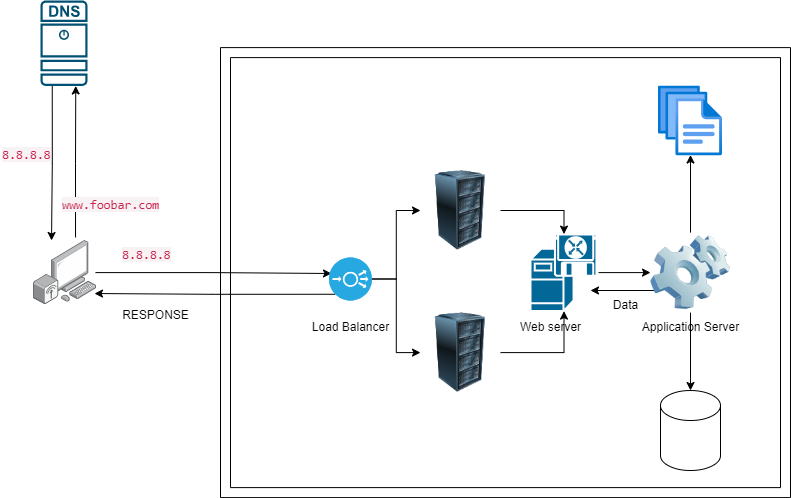
Earlier version of the draw.io export 0x09-web_infrastructure_design/1-distributed_web_infrastructure.png (kareemshaaban221/alx-system_engineering-devops). Source tidied: cells renumbered, new cells last; positions are measured from the earlier drawing's top-left corner, leaving out a move shared by most shapes.
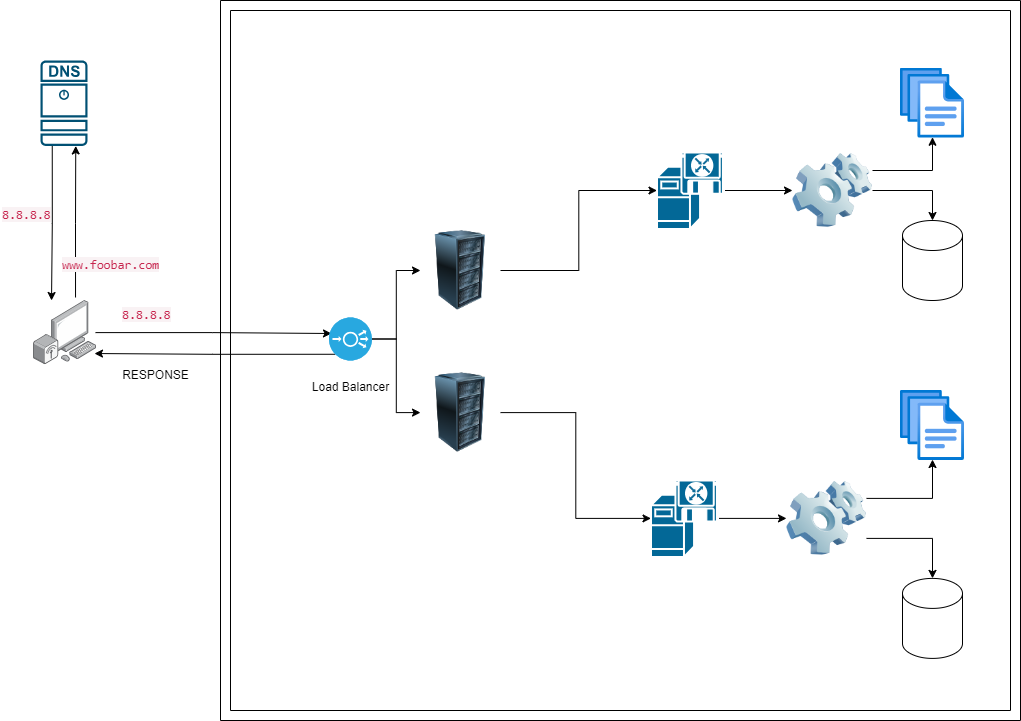
Later version of the same file.

What changed in the source:
```diff
@@ -3,7 +3,7 @@
     <mxCell id="0" />
     <mxCell id="1" parent="0" />
     <mxCell id="2" style="verticalLabelPosition=bottom;verticalAlign=top;html=1;shape=mxgraph.basic.frame;dx=10;whiteSpace=wrap;" parent="1" vertex="1">
-      <mxGeometry x="220" y="47.1" width="570" height="450" as="geometry" />
+      <mxGeometry x="220" y="-60" width="800" height="720" as="geometry" />
     </mxCell>
     <mxCell id="3" style="edgeStyle=orthogonalEdgeStyle;rounded=0;jettySize=auto;html=1;entryX=0.058;entryY=0.372;entryDx=0;entryDy=0;entryPerimeter=0;" parent="1" edge="1" source="4" target="28">
       <mxGeometry relative="1" as="geometry" />
@@ -26,12 +26,6 @@
     <mxCell id="9" value="&lt;span style=&quot;color: rgb(199, 37, 78); font-family: Menlo, Monaco, Consolas, &amp;quot;Courier New&amp;quot;, monospace; font-size: 12.6px; font-style: normal; font-variant-ligatures: normal; font-variant-caps: normal; font-weight: 400; letter-spacing: normal; orphans: 2; text-align: left; text-indent: 0px; text-transform: none; widows: 2; word-spacing: 0px; -webkit-text-stroke-width: 0px; background-color: rgb(249, 242, 244); text-decoration-thickness: initial; text-decoration-style: initial; text-decoration-color: initial; float: none; display: inline !important;&quot;&gt;8.8.8.8&lt;/span&gt;" style="text;whiteSpace=wrap;html=1;" parent="1" vertex="1">
       <mxGeometry y="140" width="60" height="40" as="geometry" />
     </mxCell>
-    <mxCell id="10" value="Application Server" style="text;html=1;align=center;verticalAlign=middle;strokeColor=none;fillColor=none;" parent="1" vertex="1">
-      <mxGeometry x="630" y="312.1" width="120" height="30" as="geometry" />
-    </mxCell>
-    <mxCell id="11" value="Web server" style="text;html=1;align=center;verticalAlign=middle;strokeColor=none;fillColor=none;" parent="1" vertex="1">
-      <mxGeometry x="510" y="312.1" width="80" height="30" as="geometry" />
-    </mxCell>
     <mxCell id="12" value="Load Balancer" style="text;html=1;align=center;verticalAlign=middle;strokeColor=none;fillColor=none;" parent="1" vertex="1">
       <mxGeometry x="300" y="312.1" width="100" height="30" as="geometry" />
     </mxCell>
@@ -39,24 +33,18 @@
       <mxGeometry relative="1" as="geometry" />
     </mxCell>
     <mxCell id="14" style="shape=mxgraph.cisco.servers.software_based_server;html=1;dashed=0;fillColor=#036897;strokeColor=#ffffff;strokeWidth=2;verticalLabelPosition=bottom;verticalAlign=top;align=center;outlineConnect=0;" parent="1" vertex="1">
-      <mxGeometry x="530" y="233.6" width="67" height="77" as="geometry" />
+      <mxGeometry x="656.5" y="91.5" width="67" height="77" as="geometry" />
     </mxCell>
-    <mxCell id="15" style="edgeStyle=orthogonalEdgeStyle;rounded=0;orthogonalLoop=1;jettySize=auto;html=1;" parent="1" edge="1">
-      <mxGeometry relative="1" as="geometry">
-        <mxPoint x="660" y="290" as="sourcePoint" />
-        <mxPoint x="590" y="290" as="targetPoint" />
-      </mxGeometry>
-    </mxCell>
     <mxCell id="16" style="image;html=1;image=img/lib/clip_art/computers/Software_128x128.png;" parent="1" vertex="1">
-      <mxGeometry x="650" y="232.1" width="80" height="80" as="geometry" />
+      <mxGeometry x="792" y="90" width="80" height="80" as="geometry" />
     </mxCell>
     <mxCell id="17" value="&lt;span style=&quot;color: rgb(199, 37, 78); font-family: Menlo, Monaco, Consolas, &amp;quot;Courier New&amp;quot;, monospace; font-size: 12.6px; font-style: normal; font-variant-ligatures: normal; font-variant-caps: normal; font-weight: 400; letter-spacing: normal; orphans: 2; text-align: left; text-indent: 0px; text-transform: none; widows: 2; word-spacing: 0px; -webkit-text-stroke-width: 0px; background-color: rgb(249, 242, 244); text-decoration-thickness: initial; text-decoration-style: initial; text-decoration-color: initial; float: none; display: inline !important;&quot;&gt;8.8.8.8&lt;/span&gt;" style="text;whiteSpace=wrap;html=1;" parent="1" vertex="1">
       <mxGeometry x="120" y="240" width="60" height="40" as="geometry" />
     </mxCell>
     <mxCell id="18" style="image;html=1;points=[];align=center;fontSize=12;image=img/lib/azure2/general/Files.svg;" parent="1" vertex="1">
-      <mxGeometry x="658" y="85.5" width="64" height="70" as="geometry" />
+      <mxGeometry x="900" y="7.7" width="64" height="70" as="geometry" />
     </mxCell>
-    <mxCell id="19" style="edgeStyle=orthogonalEdgeStyle;rounded=0;jettySize=auto;html=1;exitX=0.5;exitY=0;exitDx=0;exitDy=0;entryX=0.5;entryY=0.986;entryDx=0;entryDy=0;entryPerimeter=0;" parent="1" edge="1" source="16" target="18">
+    <mxCell id="19" style="edgeStyle=orthogonalEdgeStyle;rounded=0;jettySize=auto;html=1;exitX=1;exitY=0.25;exitDx=0;exitDy=0;entryX=0.5;entryY=0.986;entryDx=0;entryDy=0;entryPerimeter=0;" parent="1" edge="1" source="16" target="18">
       <mxGeometry relative="1" as="geometry" />
     </mxCell>
     <mxCell id="20" style="edgeStyle=orthogonalEdgeStyle;rounded=0;jettySize=auto;html=1;exitX=0.145;exitY=0.855;exitDx=0;exitDy=0;entryX=0.016;entryY=0.826;entryDx=0;entryDy=0;entryPerimeter=0;exitPerimeter=0;" parent="1" edge="1" source="28" target="4">
@@ -65,15 +53,6 @@
     <mxCell id="21" value="RESPONSE" style="text;html=1;align=center;verticalAlign=middle;strokeColor=none;fillColor=none;" parent="1" vertex="1">
       <mxGeometry x="110" y="300" width="90" height="30" as="geometry" />
     </mxCell>
-    <mxCell id="22" value="Data" style="text;html=1;align=center;verticalAlign=middle;strokeColor=none;fillColor=none;" parent="1" vertex="1">
-      <mxGeometry x="600" y="290" width="50" height="30" as="geometry" />
-    </mxCell>
-    <mxCell id="23" style="shape=cylinder3;whiteSpace=wrap;html=1;boundedLbl=1;backgroundOutline=1;size=15;" parent="1" vertex="1">
-      <mxGeometry x="660" y="390" width="60" height="80" as="geometry" />
-    </mxCell>
-    <mxCell id="24" style="edgeStyle=orthogonalEdgeStyle;rounded=0;jettySize=auto;html=1;exitX=0.5;exitY=1;exitDx=0;exitDy=0;entryX=0.5;entryY=0;entryDx=0;entryDy=0;entryPerimeter=0;" parent="1" edge="1" source="16" target="23">
-      <mxGeometry relative="1" as="geometry" />
-    </mxCell>
     <mxCell id="25" style="image;html=1;image=img/lib/clip_art/computers/Server_Rack_128x128.png;" parent="1" vertex="1">
       <mxGeometry x="420" y="170" width="80" height="80" as="geometry" />
     </mxCell>
@@ -89,11 +68,38 @@
     <mxCell id="29" style="image;html=1;image=img/lib/clip_art/computers/Server_Rack_128x128.png;" parent="1" vertex="1">
       <mxGeometry x="420" y="312.1" width="80" height="80" as="geometry" />
     </mxCell>
+    <mxCell id="32" style="shape=cylinder3;whiteSpace=wrap;html=1;boundedLbl=1;backgroundOutline=1;size=15;" parent="1" vertex="1">
+      <mxGeometry x="902" y="160" width="60" height="80" as="geometry" />
+    </mxCell>
+    <mxCell id="33" style="edgeStyle=orthogonalEdgeStyle;rounded=0;jettySize=auto;html=1;entryX=0.5;entryY=0;entryDx=0;entryDy=0;entryPerimeter=0;" parent="1" edge="1" source="16" target="32">
+      <mxGeometry relative="1" as="geometry" />
+    </mxCell>
-    <mxCell id="30" style="edgeStyle=orthogonalEdgeStyle;rounded=0;jettySize=auto;html=1;exitX=1;exitY=0.5;exitDx=0;exitDy=0;entryX=0.5;entryY=0;entryDx=0;entryDy=0;entryPerimeter=0;" parent="1" edge="1" source="25" target="14">
+    <mxCell id="30" style="edgeStyle=orthogonalEdgeStyle;rounded=0;jettySize=auto;html=1;exitX=1;exitY=0.5;exitDx=0;exitDy=0;entryX=0;entryY=0.5;entryDx=0;entryDy=0;entryPerimeter=0;" parent="1" edge="1" source="25" target="14">
       <mxGeometry relative="1" as="geometry" />
     </mxCell>
-    <mxCell id="31" style="edgeStyle=orthogonalEdgeStyle;rounded=0;jettySize=auto;html=1;exitX=1;exitY=0.5;exitDx=0;exitDy=0;entryX=0.5;entryY=1;entryDx=0;entryDy=0;entryPerimeter=0;" parent="1" edge="1" source="29" target="14">
-      <mxGeometry relative="1" as="geometry" />
-    </mxCell>
+    <mxCell id="34" style="edgeStyle=orthogonalEdgeStyle;rounded=0;jettySize=auto;html=1;exitX=1;exitY=0.5;exitDx=0;exitDy=0;exitPerimeter=0;entryX=0;entryY=0.5;entryDx=0;entryDy=0;" parent="1" edge="1" source="35" target="36">
+      <mxGeometry relative="1" as="geometry" />
+    </mxCell>
+    <mxCell id="35" style="shape=mxgraph.cisco.servers.software_based_server;html=1;dashed=0;fillColor=#036897;strokeColor=#ffffff;strokeWidth=2;verticalLabelPosition=bottom;verticalAlign=top;align=center;outlineConnect=0;" parent="1" vertex="1">
+      <mxGeometry x="650.5" y="419.4" width="67" height="77" as="geometry" />
+    </mxCell>
+    <mxCell id="36" style="image;html=1;image=img/lib/clip_art/computers/Software_128x128.png;" parent="1" vertex="1">
+      <mxGeometry x="786" y="417.9" width="80" height="80" as="geometry" />
+    </mxCell>
+    <mxCell id="37" style="image;html=1;points=[];align=center;fontSize=12;image=img/lib/azure2/general/Files.svg;" parent="1" vertex="1">
+      <mxGeometry x="900" y="330" width="64" height="70" as="geometry" />
+    </mxCell>
+    <mxCell id="38" style="edgeStyle=orthogonalEdgeStyle;rounded=0;jettySize=auto;html=1;exitX=1;exitY=0.25;exitDx=0;exitDy=0;entryX=0.5;entryY=0.986;entryDx=0;entryDy=0;entryPerimeter=0;" parent="1" edge="1" source="36" target="37">
+      <mxGeometry relative="1" as="geometry" />
+    </mxCell>
+    <mxCell id="39" style="shape=cylinder3;whiteSpace=wrap;html=1;boundedLbl=1;backgroundOutline=1;size=15;" parent="1" vertex="1">
+      <mxGeometry x="902" y="517.9" width="60" height="80" as="geometry" />
+    </mxCell>
+    <mxCell id="40" style="edgeStyle=orthogonalEdgeStyle;rounded=0;jettySize=auto;html=1;entryX=0.5;entryY=0;entryDx=0;entryDy=0;entryPerimeter=0;exitX=1;exitY=0.75;exitDx=0;exitDy=0;" parent="1" edge="1" source="36" target="39">
+      <mxGeometry relative="1" as="geometry" />
+    </mxCell>
+    <mxCell id="41" style="edgeStyle=orthogonalEdgeStyle;rounded=0;jettySize=auto;html=1;exitX=1;exitY=0.5;exitDx=0;exitDy=0;entryX=0;entryY=0.5;entryDx=0;entryDy=0;entryPerimeter=0;" parent="1" edge="1" source="29" target="35">
+      <mxGeometry relative="1" as="geometry" />
+    </mxCell>
   </root>
 </mxGraphModel>
```
